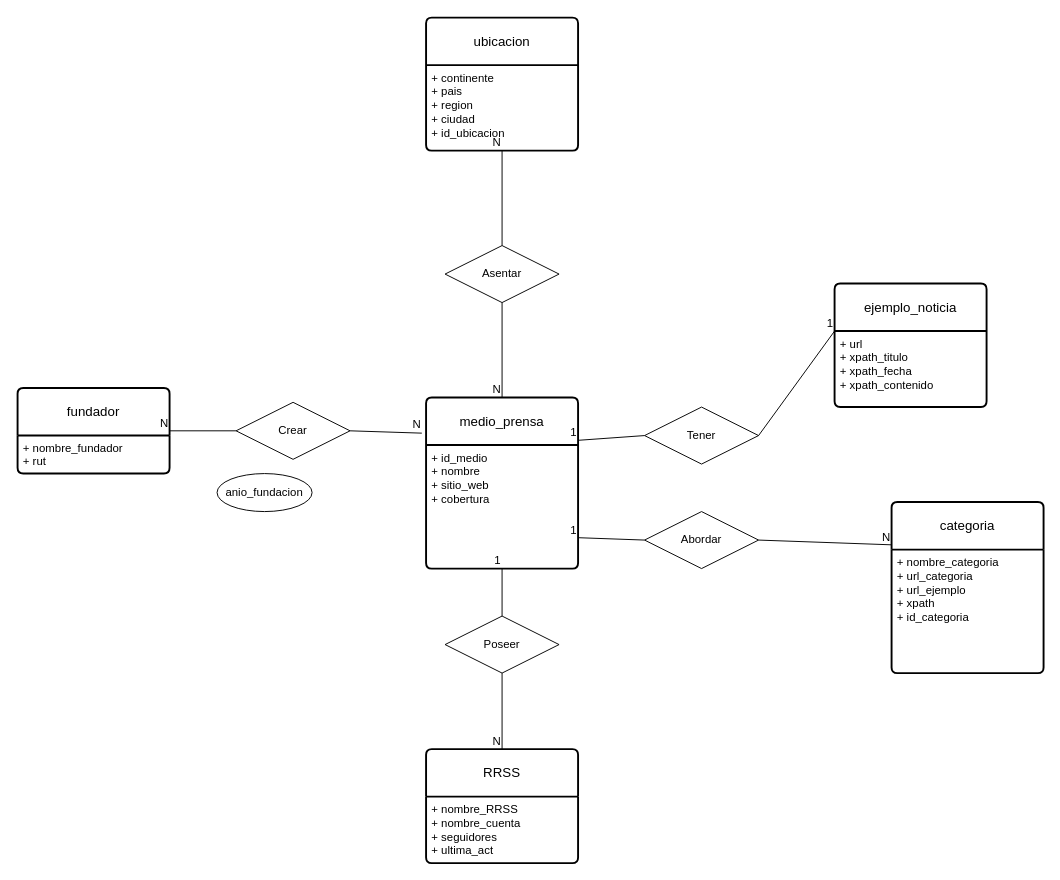
This is ParteA/ER_medio_prensa.drawio from angelonico/INFO133-equipo18, a draw.io file, before an edit. Source tidied: cells renumbered, new cells numbered last; positions are measured from the earlier drawing's top-left corner, leaving out a move shared by most shapes. Both pictures are drawn from the tidied source at 95%, with x=0, y=0 at pixel (17, 17).
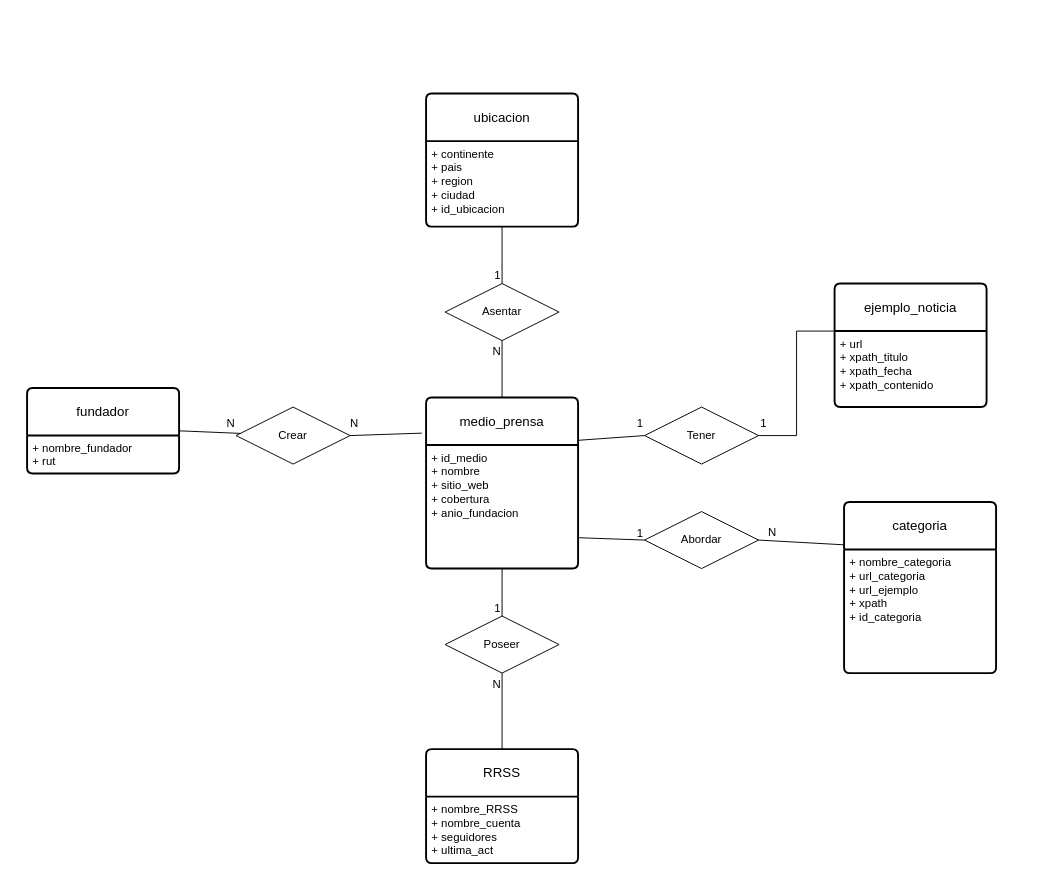
Above is the later version.

Unchanged cells that the change refers to:
```xml
<mxCell id="2" value="medio_prensa" style="swimlane;horizontal=1;startSize=50;rounded=1;fontSize=14;fontStyle=0;strokeWidth=2;shadow=0;dashed=0;align=center;arcSize=4;whiteSpace=wrap;html=1;" parent="1" vertex="1">
  <mxGeometry x="430" y="400" width="160" height="180" as="geometry" />
</mxCell>
<mxCell id="7" style="endArrow=none;html=1;rounded=0;entryX=0.5;entryY=1;entryDx=0;entryDy=0;exitX=0.5;exitY=0;exitDx=0;exitDy=0;" parent="1" edge="1" source="6" target="3">
  <mxGeometry relative="1" as="geometry" />
</mxCell>
<mxCell id="9" style="endArrow=none;html=1;rounded=0;entryX=0.5;entryY=0;entryDx=0;entryDy=0;exitX=0.5;exitY=1;exitDx=0;exitDy=0;" parent="1" edge="1" source="6" target="4">
  <mxGeometry relative="1" as="geometry" />
</mxCell>
<mxCell id="12" value="+ url&lt;br&gt;+ xpath_titulo&lt;br&gt;+ xpath_fecha&lt;br&gt;+ xpath_contenido" style="align=left;strokeColor=none;fillColor=none;spacingLeft=4;fontSize=12;verticalAlign=top;html=1;" parent="11" vertex="1">
  <mxGeometry y="50" width="160" height="80" as="geometry" />
</mxCell>
<mxCell id="13" value="Tener" style="shape=rhombus;perimeter=rhombusPerimeter;whiteSpace=wrap;html=1;align=center;" parent="1" vertex="1">
  <mxGeometry x="660" y="410" width="120" height="60" as="geometry" />
</mxCell>
<mxCell id="21" style="endArrow=none;html=1;rounded=0;entryX=1;entryY=0.5;entryDx=0;entryDy=0;" parent="1" edge="1" source="20" target="18">
  <mxGeometry relative="1" as="geometry" />
</mxCell>
<mxCell id="23" style="endArrow=none;html=1;rounded=0;entryX=-0.028;entryY=0.208;entryDx=0;entryDy=0;exitX=1;exitY=0.5;exitDx=0;exitDy=0;entryPerimeter=0;" parent="1" edge="1" source="20" target="2">
  <mxGeometry relative="1" as="geometry" />
</mxCell>
<mxCell id="28" style="endArrow=none;html=1;rounded=0;exitX=0.5;exitY=1;exitDx=0;exitDy=0;" parent="1" edge="1" source="27" target="2">
  <mxGeometry relative="1" as="geometry" />
</mxCell>
<mxCell id="30" style="endArrow=none;html=1;rounded=0;entryX=0.5;entryY=1;entryDx=0;entryDy=0;exitX=0.5;exitY=0;exitDx=0;exitDy=0;" parent="1" edge="1" source="27" target="26">
  <mxGeometry relative="1" as="geometry" />
</mxCell>
<mxCell id="35" style="endArrow=none;html=1;rounded=0;entryX=0;entryY=0.25;entryDx=0;entryDy=0;exitX=1;exitY=0.5;exitDx=0;exitDy=0;" parent="1" edge="1" source="34" target="32">
  <mxGeometry relative="1" as="geometry" />
</mxCell>
<mxCell id="37" style="endArrow=none;html=1;rounded=0;entryX=1;entryY=0.75;entryDx=0;entryDy=0;exitX=0;exitY=0.5;exitDx=0;exitDy=0;" parent="1" edge="1" source="34" target="3">
  <mxGeometry relative="1" as="geometry" />
</mxCell>
```

The edit, as a diff of the source:
```diff
@@
-    <mxCell id="3" value="+ id_medio&lt;br&gt;+ nombre&lt;br&gt;+ sitio_web&lt;br&gt;+ cobertura" style="align=left;strokeColor=none;fillColor=none;spacingLeft=4;fontSize=12;verticalAlign=top;html=1;" parent="2" vertex="1">
+    <mxCell id="3" value="+ id_medio&lt;br&gt;+ nombre&lt;br&gt;+ sitio_web&lt;br&gt;&lt;div&gt;+ cobertura&lt;/div&gt;&lt;div&gt;+ anio_fundacion&lt;br&gt;&lt;/div&gt;" style="align=left;strokeColor=none;fillColor=none;spacingLeft=4;fontSize=12;verticalAlign=top;html=1;" parent="2" vertex="1">
       <mxGeometry y="50" width="160" height="130" as="geometry" />
     </mxCell>
@@
     <mxCell id="8" value="1" style="html=1;whiteSpace=wrap;align=right;verticalAlign=bottom;" parent="7" vertex="1">
-      <mxGeometry x="1" relative="1" as="geometry" />
+      <mxGeometry x="1" relative="1" as="geometry">
+        <mxPoint y="50" as="offset" />
+      </mxGeometry>
     </mxCell>
@@
     <mxCell id="10" value="N" style="html=1;whiteSpace=wrap;align=right;verticalAlign=bottom;" parent="9" vertex="1">
-      <mxGeometry x="1" relative="1" as="geometry" />
+      <mxGeometry x="1" relative="1" as="geometry">
+        <mxPoint y="-60" as="offset" />
+      </mxGeometry>
     </mxCell>
@@
     <mxCell id="14" style="endArrow=none;html=1;rounded=0;entryX=0;entryY=0;entryDx=0;entryDy=0;exitX=1;exitY=0.5;exitDx=0;exitDy=0;" parent="1" edge="1" source="13" target="12">
-      <mxGeometry relative="1" as="geometry" />
+      <mxGeometry relative="1" as="geometry">
+        <Array as="points">
+          <mxPoint x="820" y="440" />
+          <mxPoint x="820" y="330" />
+        </Array>
+      </mxGeometry>
     </mxCell>
     <mxCell id="15" value="1" style="html=1;whiteSpace=wrap;align=right;verticalAlign=bottom;" parent="14" vertex="1">
-      <mxGeometry x="1" relative="1" as="geometry" />
+      <mxGeometry x="1" relative="1" as="geometry">
+        <mxPoint x="-70" y="105" as="offset" />
+      </mxGeometry>
     </mxCell>
-    <mxCell id="16" style="endArrow=none;html=1;rounded=0;entryX=1;entryY=0.25;entryDx=0;entryDy=0;exitX=0;exitY=0.5;exitDx=0;exitDy=0;" parent="1" edge="1" source="13" target="2">
+    <mxCell id="16" style="endArrow=none;html=1;rounded=0;exitX=0;exitY=0.5;exitDx=0;exitDy=0;entryX=1;entryY=0.25;entryDx=0;entryDy=0;" parent="1" edge="1" source="13" target="2">
       <mxGeometry relative="1" as="geometry" />
     </mxCell>
     <mxCell id="17" value="1" style="html=1;whiteSpace=wrap;align=right;verticalAlign=bottom;" parent="16" vertex="1">
-      <mxGeometry x="1" relative="1" as="geometry" />
+      <mxGeometry x="1" relative="1" as="geometry">
+        <mxPoint x="70" y="-10" as="offset" />
+      </mxGeometry>
     </mxCell>
     <mxCell id="18" value="fundador" style="swimlane;horizontal=1;startSize=50;rounded=1;fontSize=14;fontStyle=0;strokeWidth=2;shadow=0;dashed=0;align=center;arcSize=4;whiteSpace=wrap;html=1;" parent="1" vertex="1">
-      <mxGeometry y="390" width="160" height="90" as="geometry" />
+      <mxGeometry x="10" y="390" width="160" height="90" as="geometry" />
     </mxCell>
@@
     <mxCell id="20" value="Crear" style="shape=rhombus;perimeter=rhombusPerimeter;whiteSpace=wrap;html=1;align=center;" parent="1" vertex="1">
-      <mxGeometry x="230" y="405" width="120" height="60" as="geometry" />
+      <mxGeometry x="230" y="410" width="120" height="60" as="geometry" />
     </mxCell>
@@
     <mxCell id="22" value="N" style="html=1;whiteSpace=wrap;align=right;verticalAlign=bottom;" parent="21" vertex="1">
-      <mxGeometry x="1" relative="1" as="geometry" />
+      <mxGeometry x="1" relative="1" as="geometry">
+        <mxPoint x="60" as="offset" />
+      </mxGeometry>
     </mxCell>
@@
     <mxCell id="24" value="N" style="html=1;whiteSpace=wrap;align=right;verticalAlign=bottom;" parent="23" vertex="1">
-      <mxGeometry x="1" relative="1" as="geometry" />
+      <mxGeometry x="1" relative="1" as="geometry">
+        <mxPoint x="-66" y="-2" as="offset" />
+      </mxGeometry>
     </mxCell>
     <mxCell id="25" value="ubicacion" style="swimlane;horizontal=1;startSize=50;rounded=1;fontSize=14;fontStyle=0;strokeWidth=2;shadow=0;dashed=0;align=center;arcSize=4;whiteSpace=wrap;html=1;" parent="1" vertex="1">
-      <mxGeometry x="430" width="160" height="140" as="geometry" />
+      <mxGeometry x="430" y="80" width="160" height="140" as="geometry" />
     </mxCell>
@@
     <mxCell id="27" value="Asentar" style="shape=rhombus;perimeter=rhombusPerimeter;whiteSpace=wrap;html=1;align=center;" parent="1" vertex="1">
-      <mxGeometry x="450" y="240" width="120" height="60" as="geometry" />
+      <mxGeometry x="450" y="280" width="120" height="60" as="geometry" />
     </mxCell>
@@
     <mxCell id="29" value="N" style="html=1;whiteSpace=wrap;align=right;verticalAlign=bottom;" parent="28" vertex="1">
-      <mxGeometry x="1" relative="1" as="geometry" />
+      <mxGeometry x="1" relative="1" as="geometry">
+        <mxPoint y="-40" as="offset" />
+      </mxGeometry>
     </mxCell>
@@
-    <mxCell id="31" value="N" style="html=1;whiteSpace=wrap;align=right;verticalAlign=bottom;" parent="30" vertex="1">
-      <mxGeometry x="1" relative="1" as="geometry" />
+    <mxCell id="31" value="1" style="html=1;whiteSpace=wrap;align=right;verticalAlign=bottom;" parent="30" vertex="1">
+      <mxGeometry x="1" relative="1" as="geometry">
+        <mxPoint y="60" as="offset" />
+      </mxGeometry>
     </mxCell>
     <mxCell id="32" value="categoria" style="swimlane;horizontal=1;startSize=50;rounded=1;fontSize=14;fontStyle=0;strokeWidth=2;shadow=0;dashed=0;align=center;arcSize=4;whiteSpace=wrap;html=1;" parent="1" vertex="1">
-      <mxGeometry x="920" y="510" width="160" height="180" as="geometry" />
+      <mxGeometry x="870" y="510" width="160" height="180" as="geometry" />
     </mxCell>
@@
     <mxCell id="36" value="N" style="html=1;whiteSpace=wrap;align=right;verticalAlign=bottom;" parent="35" vertex="1">
-      <mxGeometry x="1" relative="1" as="geometry" />
+      <mxGeometry x="1" relative="1" as="geometry">
+        <mxPoint x="-70" y="-5" as="offset" />
+      </mxGeometry>
     </mxCell>
@@
     <mxCell id="38" value="1" style="html=1;whiteSpace=wrap;align=right;verticalAlign=bottom;" parent="37" vertex="1">
-      <mxGeometry x="1" relative="1" as="geometry" />
+      <mxGeometry x="1" relative="1" as="geometry">
+        <mxPoint x="70" y="3" as="offset" />
+      </mxGeometry>
     </mxCell>
-    <mxCell id="39" value="anio_fundacion" style="ellipse;whiteSpace=wrap;html=1;align=center;" parent="1" vertex="1">
-      <mxGeometry x="210" y="480" width="100" height="40" as="geometry" />
-    </mxCell>
```
